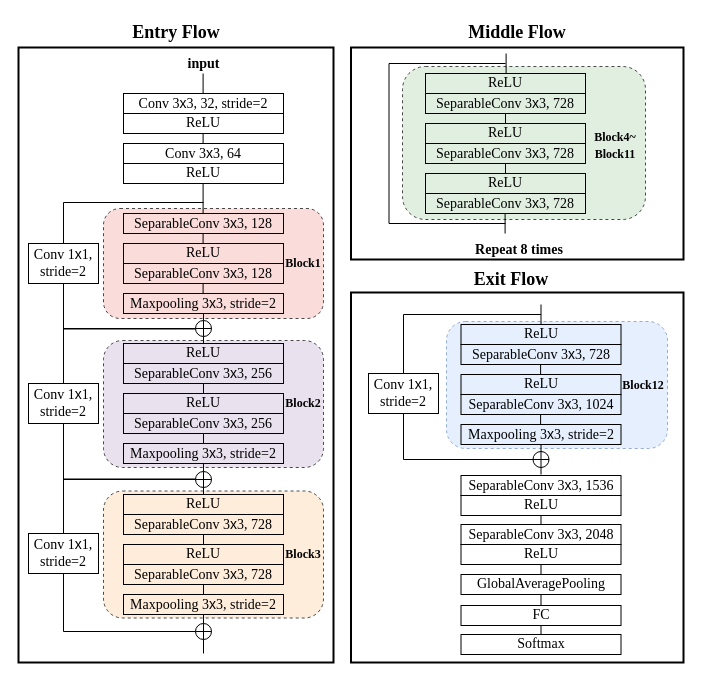
hcxisme/pyeege keeps this draw.io diagram as page "第 1 页" (1 of 4) of Xception.drawio. Above is the earlier version. Source tidied: cells renumbered, new cells numbered last; positions are measured from the earlier drawing's top-left corner, leaving out a move shared by most shapes. Both pictures are drawn from the tidied source at 100%, with x=0, y=0 at pixel (18, 17).
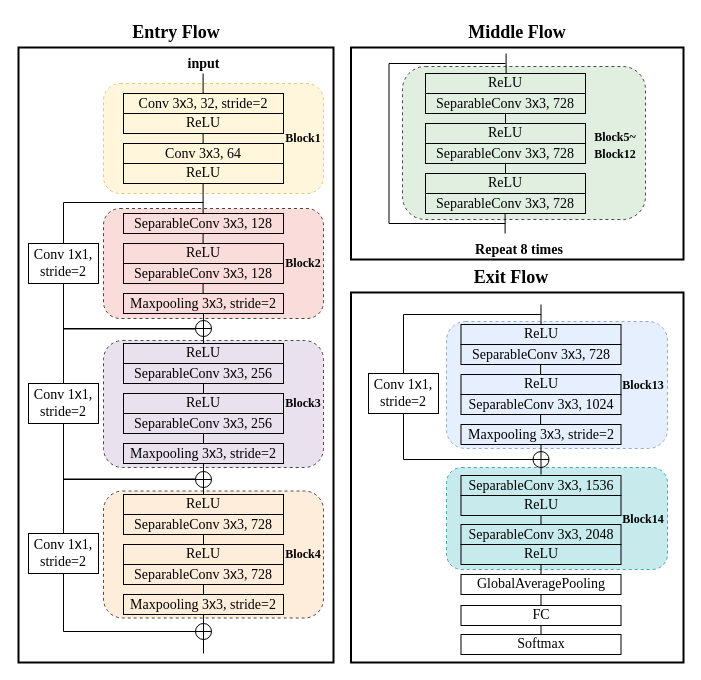
After the change.

Change to the diagram source:
```diff
@@
+    <mxCell id="97" style="rounded=1;whiteSpace=wrap;html=1;shadow=0;sketch=0;strokeColor=#d6b656;fontFamily=Times New Roman;fontSize=14;fillColor=#fff2cc;dashed=1;opacity=70;" parent="1" vertex="1">
+      <mxGeometry x="85" y="66" width="220" height="110" as="geometry" />
+    </mxCell>
+    <mxCell id="98" style="rounded=1;whiteSpace=wrap;html=1;shadow=0;sketch=0;strokeColor=#0e8088;fontFamily=Times New Roman;fontSize=14;fillColor=#b0e3e6;dashed=1;opacity=70;" parent="1" vertex="1">
+      <mxGeometry x="428" y="450" width="221" height="102" as="geometry" />
+    </mxCell>
@@
     <mxCell id="81" value="&lt;b&gt;&lt;font style=&quot;font-size: 18px;&quot; face=&quot;Times New Roman&quot;&gt;Exit Flow&lt;/font&gt;&lt;/b&gt;" style="text;html=1;strokeColor=none;fillColor=none;align=center;verticalAlign=middle;whiteSpace=wrap;rounded=0;fontSize=14;fontFamily=Helvetica;" parent="1" vertex="1">
-      <mxGeometry x="442.5" y="247" width="100" height="30" as="geometry" />
+      <mxGeometry x="442.5" y="245" width="100" height="30" as="geometry" />
     </mxCell>
@@
-    <mxCell id="92" value="&lt;b&gt;&lt;font style=&quot;font-size: 12px;&quot;&gt;Block1&lt;/font&gt;&lt;/b&gt;" style="text;html=1;strokeColor=none;fillColor=none;align=center;verticalAlign=middle;whiteSpace=wrap;rounded=0;fontSize=14;fontFamily=Times New Roman;rotation=0;" parent="1" vertex="1">
+    <mxCell id="92" value="&lt;b&gt;&lt;font style=&quot;font-size: 12px;&quot;&gt;Block2&lt;/font&gt;&lt;/b&gt;" style="text;html=1;strokeColor=none;fillColor=none;align=center;verticalAlign=middle;whiteSpace=wrap;rounded=0;fontSize=14;fontFamily=Times New Roman;rotation=0;" parent="1" vertex="1">
       <mxGeometry x="255" y="231" width="60" height="30" as="geometry" />
     </mxCell>
-    <mxCell id="93" value="&lt;b&gt;&lt;font style=&quot;font-size: 12px;&quot;&gt;Block2&lt;/font&gt;&lt;/b&gt;" style="text;html=1;strokeColor=none;fillColor=none;align=center;verticalAlign=middle;whiteSpace=wrap;rounded=0;fontSize=14;fontFamily=Times New Roman;rotation=0;" parent="1" vertex="1">
+    <mxCell id="93" value="&lt;b&gt;&lt;font style=&quot;font-size: 12px;&quot;&gt;Block3&lt;/font&gt;&lt;/b&gt;" style="text;html=1;strokeColor=none;fillColor=none;align=center;verticalAlign=middle;whiteSpace=wrap;rounded=0;fontSize=14;fontFamily=Times New Roman;rotation=0;" parent="1" vertex="1">
       <mxGeometry x="255" y="371" width="60" height="30" as="geometry" />
     </mxCell>
-    <mxCell id="94" value="&lt;b&gt;&lt;font style=&quot;font-size: 12px;&quot;&gt;Block3&lt;/font&gt;&lt;/b&gt;" style="text;html=1;strokeColor=none;fillColor=none;align=center;verticalAlign=middle;whiteSpace=wrap;rounded=0;fontSize=14;fontFamily=Times New Roman;rotation=0;" parent="1" vertex="1">
+    <mxCell id="94" value="&lt;b&gt;&lt;font style=&quot;font-size: 12px;&quot;&gt;Block4&lt;/font&gt;&lt;/b&gt;" style="text;html=1;strokeColor=none;fillColor=none;align=center;verticalAlign=middle;whiteSpace=wrap;rounded=0;fontSize=14;fontFamily=Times New Roman;rotation=0;" parent="1" vertex="1">
       <mxGeometry x="255" y="521.5" width="60" height="30" as="geometry" />
     </mxCell>
-    <mxCell id="95" value="&lt;b&gt;&lt;font style=&quot;font-size: 12px;&quot;&gt;Block4~&lt;br&gt;Block11&lt;/font&gt;&lt;/b&gt;" style="text;html=1;strokeColor=none;fillColor=none;align=center;verticalAlign=middle;whiteSpace=wrap;rounded=0;fontSize=14;fontFamily=Times New Roman;rotation=0;" parent="1" vertex="1">
+    <mxCell id="95" value="&lt;b&gt;&lt;font style=&quot;font-size: 12px;&quot;&gt;Block5~&lt;br&gt;Block12&lt;/font&gt;&lt;/b&gt;" style="text;html=1;strokeColor=none;fillColor=none;align=center;verticalAlign=middle;whiteSpace=wrap;rounded=0;fontSize=14;fontFamily=Times New Roman;rotation=0;" parent="1" vertex="1">
       <mxGeometry x="567" y="113" width="60" height="30" as="geometry" />
     </mxCell>
-    <mxCell id="96" value="&lt;b&gt;&lt;font style=&quot;font-size: 12px;&quot;&gt;Block12&lt;/font&gt;&lt;/b&gt;" style="text;html=1;strokeColor=none;fillColor=none;align=center;verticalAlign=middle;whiteSpace=wrap;rounded=0;fontSize=14;fontFamily=Times New Roman;rotation=0;" parent="1" vertex="1">
+    <mxCell id="96" value="&lt;b&gt;&lt;font style=&quot;font-size: 12px;&quot;&gt;Block13&lt;/font&gt;&lt;/b&gt;" style="text;html=1;strokeColor=none;fillColor=none;align=center;verticalAlign=middle;whiteSpace=wrap;rounded=0;fontSize=14;fontFamily=Times New Roman;rotation=0;" parent="1" vertex="1">
       <mxGeometry x="595" y="353" width="60" height="30" as="geometry" />
     </mxCell>
+    <mxCell id="99" value="&lt;b&gt;&lt;font style=&quot;font-size: 12px;&quot;&gt;Block1&lt;/font&gt;&lt;/b&gt;" style="text;html=1;strokeColor=none;fillColor=none;align=center;verticalAlign=middle;whiteSpace=wrap;rounded=0;fontSize=14;fontFamily=Times New Roman;rotation=0;" parent="1" vertex="1">
+      <mxGeometry x="255" y="106" width="60" height="30" as="geometry" />
+    </mxCell>
+    <mxCell id="100" value="&lt;b&gt;&lt;font style=&quot;font-size: 12px;&quot;&gt;Block14&lt;/font&gt;&lt;/b&gt;" style="text;html=1;strokeColor=none;fillColor=none;align=center;verticalAlign=middle;whiteSpace=wrap;rounded=0;fontSize=14;fontFamily=Times New Roman;rotation=0;" parent="1" vertex="1">
+      <mxGeometry x="595" y="487" width="60" height="30" as="geometry" />
+    </mxCell>
```
